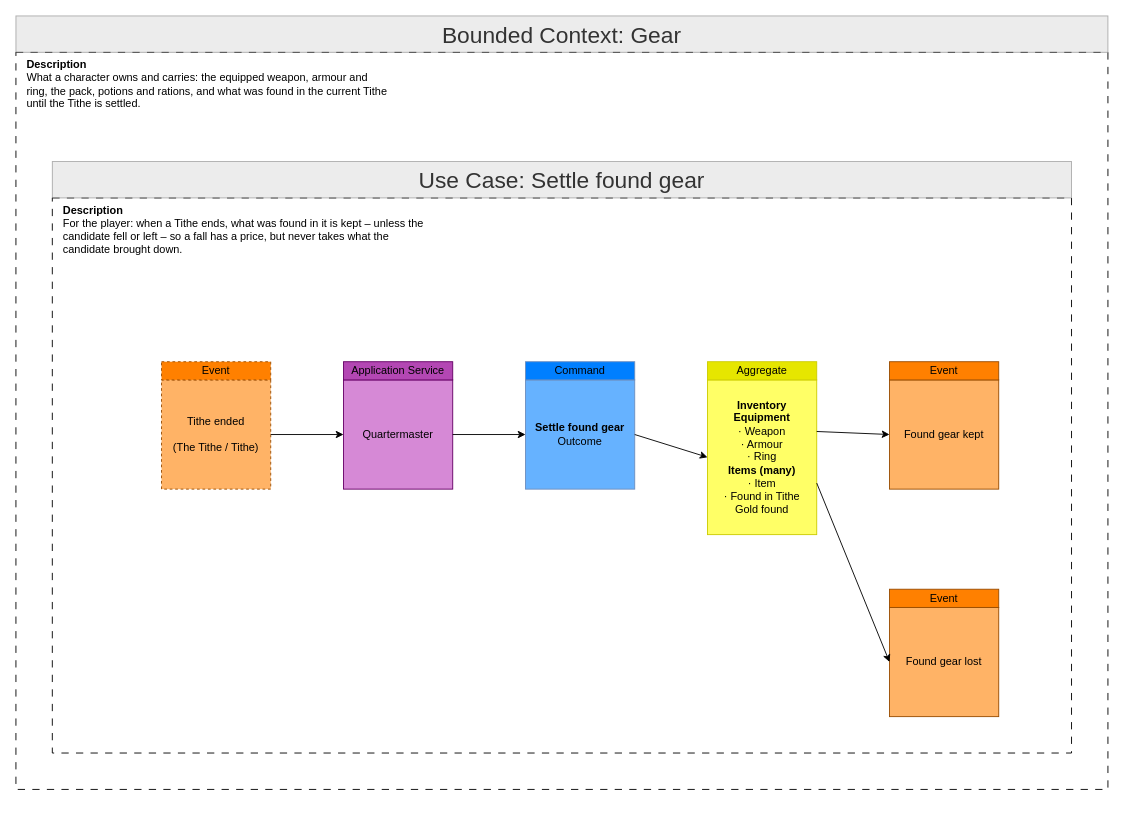
Before: ProductOwner/contexts/gear/models/Feature-009-settle-found-gear.drawio in tokeboisen/themaw, a draw.io diagram. Source tidied: cells renumbered, new cells numbered last; positions are measured from the earlier drawing's top-left corner, leaving out a move shared by most shapes. Both pictures are drawn from the tidied source at 91%, with x=0, y=0 at pixel (15, 15).
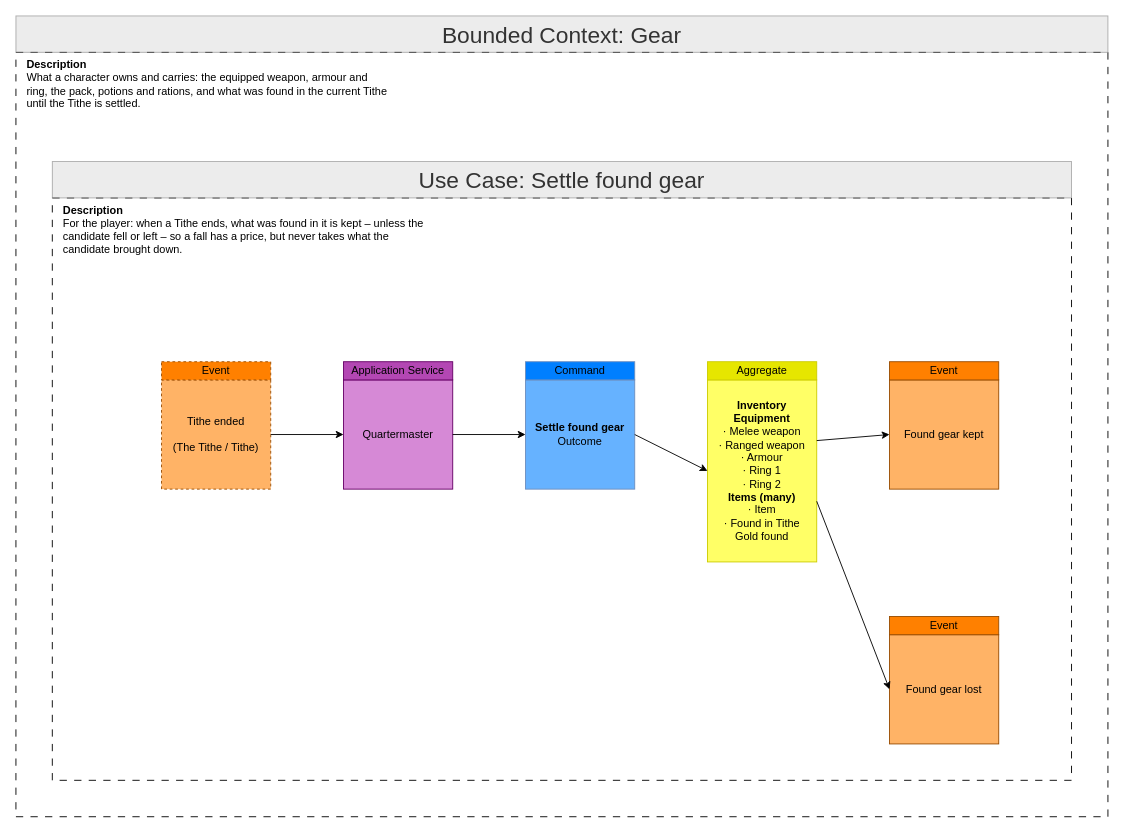
Above is the later version.

The edit, as a diff of the source:
```diff
@@
     <mxCell id="2" style="rounded=0;whiteSpace=wrap;html=1;fillColor=none;dashed=1;dashPattern=8 8;" parent="1" vertex="1">
-      <mxGeometry y="40" width="1200" height="810" as="geometry" />
+      <mxGeometry y="40" width="1200" height="840" as="geometry" />
     </mxCell>
@@
     <mxCell id="5" style="rounded=0;whiteSpace=wrap;html=1;fillColor=none;dashed=1;dashPattern=8 8;" parent="1" vertex="1">
-      <mxGeometry x="40" y="200" width="1120" height="610" as="geometry" />
+      <mxGeometry x="40" y="200" width="1120" height="640" as="geometry" />
     </mxCell>
@@
-    <mxCell id="14" value="&lt;b&gt;Inventory&lt;/b&gt;&lt;br&gt;&lt;b&gt;Equipment&lt;/b&gt;&lt;br&gt;· Weapon&lt;br&gt;· Armour&lt;br&gt;· Ring&lt;br&gt;&lt;b&gt;Items (many)&lt;/b&gt;&lt;br&gt;· Item&lt;br&gt;· Found in Tithe&lt;br&gt;Gold found" style="rounded=0;whiteSpace=wrap;html=1;labelBackgroundColor=none;fillColor=#FFFF66;strokeColor=#CCCC00;" parent="1" vertex="1">
-      <mxGeometry x="760" y="400" width="120" height="170" as="geometry" />
+    <mxCell id="14" value="&lt;b&gt;Inventory&lt;/b&gt;&lt;br&gt;&lt;b&gt;Equipment&lt;/b&gt;&lt;br&gt;· Melee weapon&lt;br&gt;· Ranged weapon&lt;br&gt;· Armour&lt;br&gt;· Ring 1&lt;br&gt;· Ring 2&lt;br&gt;&lt;b&gt;Items (many)&lt;/b&gt;&lt;br&gt;· Item&lt;br&gt;· Found in Tithe&lt;br&gt;Gold found" style="rounded=0;whiteSpace=wrap;html=1;labelBackgroundColor=none;fillColor=#FFFF66;strokeColor=#CCCC00;" parent="1" vertex="1">
+      <mxGeometry x="760" y="400" width="120" height="200" as="geometry" />
     </mxCell>
@@
     <mxCell id="18" value="Found gear lost" style="rounded=0;whiteSpace=wrap;html=1;labelBackgroundColor=none;fillColor=#FFB366;strokeColor=#994C00;" parent="1" vertex="1">
-      <mxGeometry x="960" y="650" width="120" height="120" as="geometry" />
+      <mxGeometry x="960" y="680" width="120" height="120" as="geometry" />
     </mxCell>
     <mxCell id="19" value="Event" style="rounded=0;whiteSpace=wrap;html=1;labelBackgroundColor=none;fillColor=#FF8000;strokeColor=#994C00;" parent="1" vertex="1">
-      <mxGeometry x="960" y="630" width="120" height="20" as="geometry" />
+      <mxGeometry x="960" y="660" width="120" height="20" as="geometry" />
     </mxCell>
```
